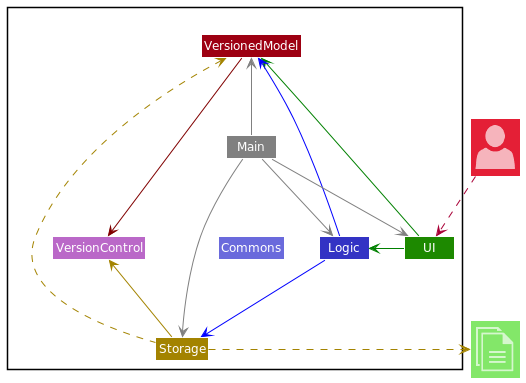
This is docs/images/dg/architecture/ArchitectureDiagram.png from nus-cs2103-AY2122S1/tp, a PlantUML export, as it was before one commit.
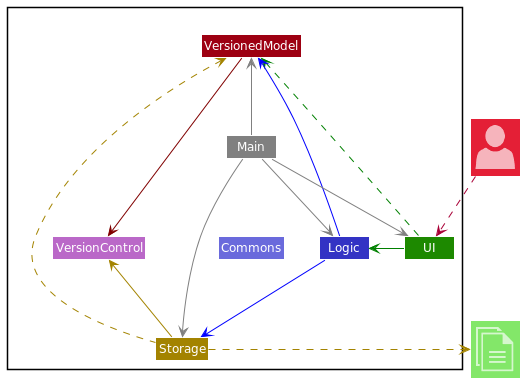
Above is the later version.

Commit message:
Change UI -> VersionedModel to be dependency - dotted line

Change to the diagram source:
```diff
@@ -20,7 +20,7 @@
 VersionedModel =[#maroon]> VersionControl
 
 UI -[#green]> Logic
-UI -right[#green]-> VersionedModel
+UI -right[#green].> VersionedModel
 
 Logic -[#blue]-> Storage
 Logic -down[#blue]-> VersionedModel
```
